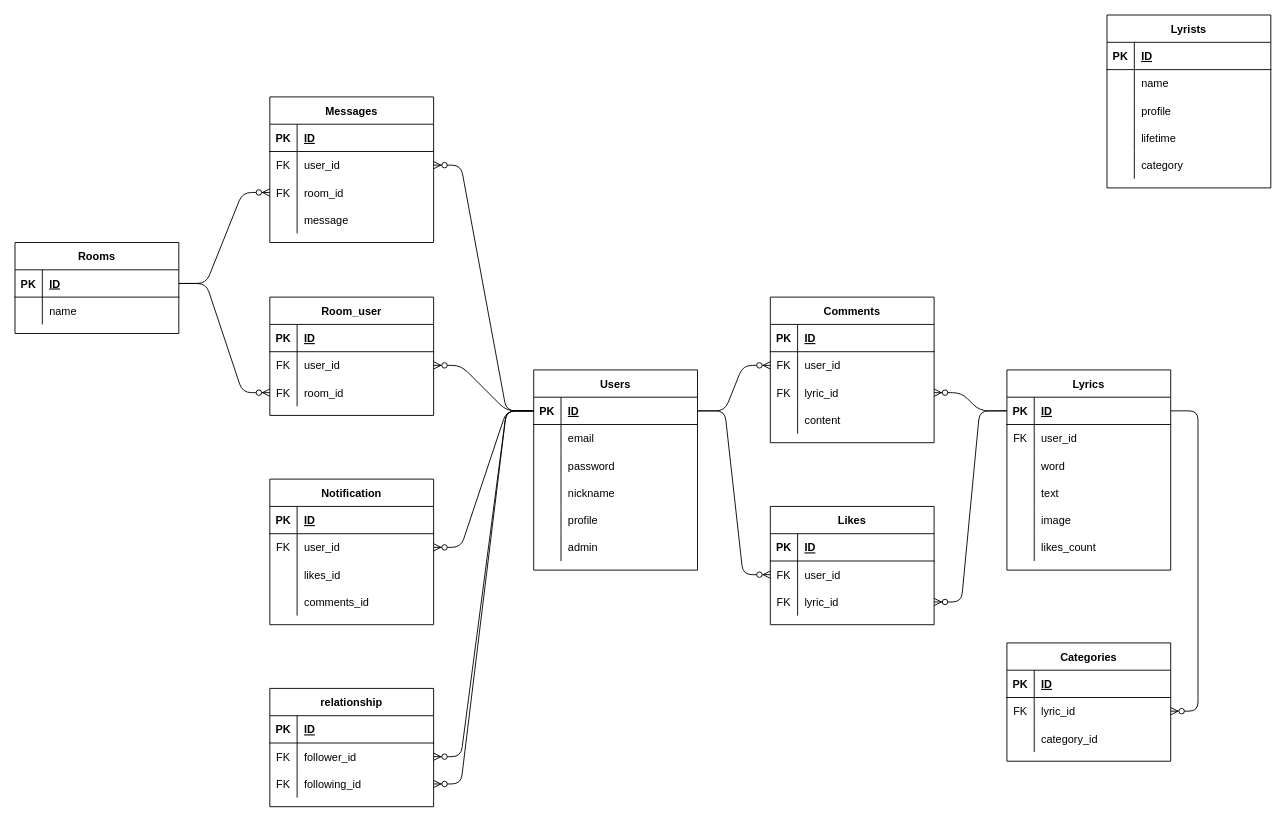
Before: lyricomic.dio in fmnature/lyricomic, a draw.io diagram. Source tidied: cells renumbered, new cells numbered last; positions are measured from the earlier drawing's top-left corner, leaving out a move shared by most shapes. Both pictures are drawn from the tidied source at 91%, with x=0, y=0 at pixel (15, 15).
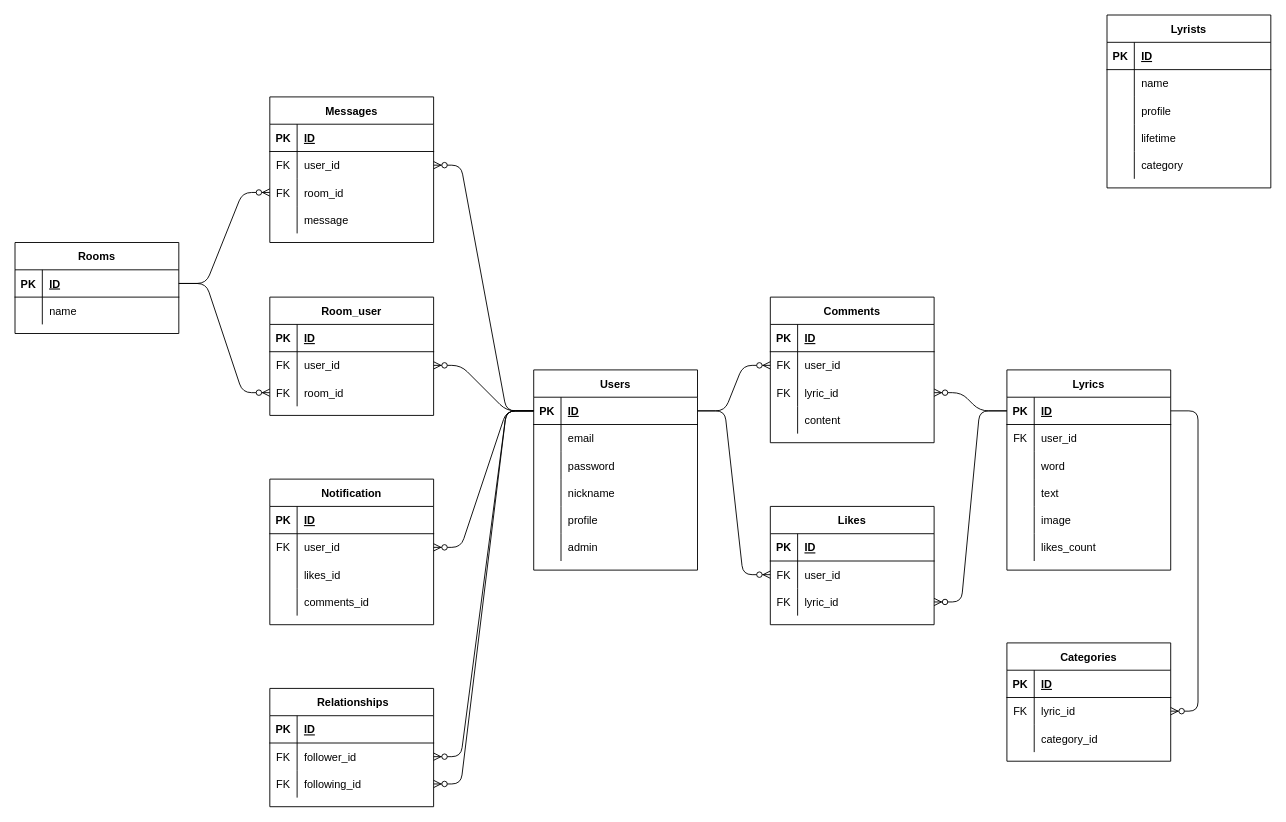
The same diagram, later.

Commit message:
ER図表記編集

Change to the diagram source:
```diff
@@
-    <mxCell id="86" value="relationship" style="shape=table;startSize=30;childLayout=tableLayout;rowLines=0;fontStyle=1;align=center;" parent="1" vertex="1">
+    <mxCell id="86" value=" Relationships" style="shape=table;startSize=30;childLayout=tableLayout;rowLines=0;fontStyle=1;align=center;" parent="1" vertex="1">
       <mxGeometry x="280" y="740" width="180" height="130" as="geometry" />
     </mxCell>
```
